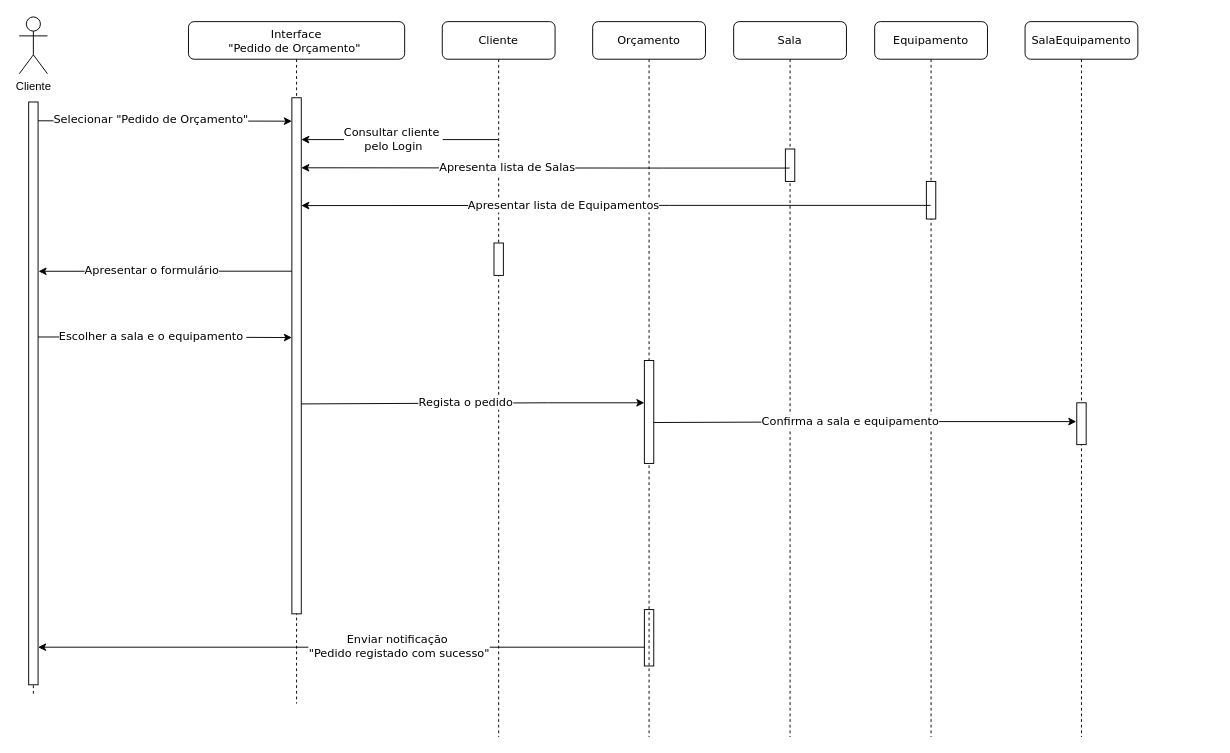
ic3K1ng/Rooms-Equipments keeps this draw.io diagram as page "Diagrama de Sequência 3" (3 of 3) of UMLDiagram.drawio. Above is the earlier version. Source tidied: cells renumbered, new cells numbered last; positions are measured from the earlier drawing's top-left corner, leaving out a move shared by most shapes. Both pictures are drawn from the tidied source at 94%, with x=0, y=0 at pixel (19, 17).
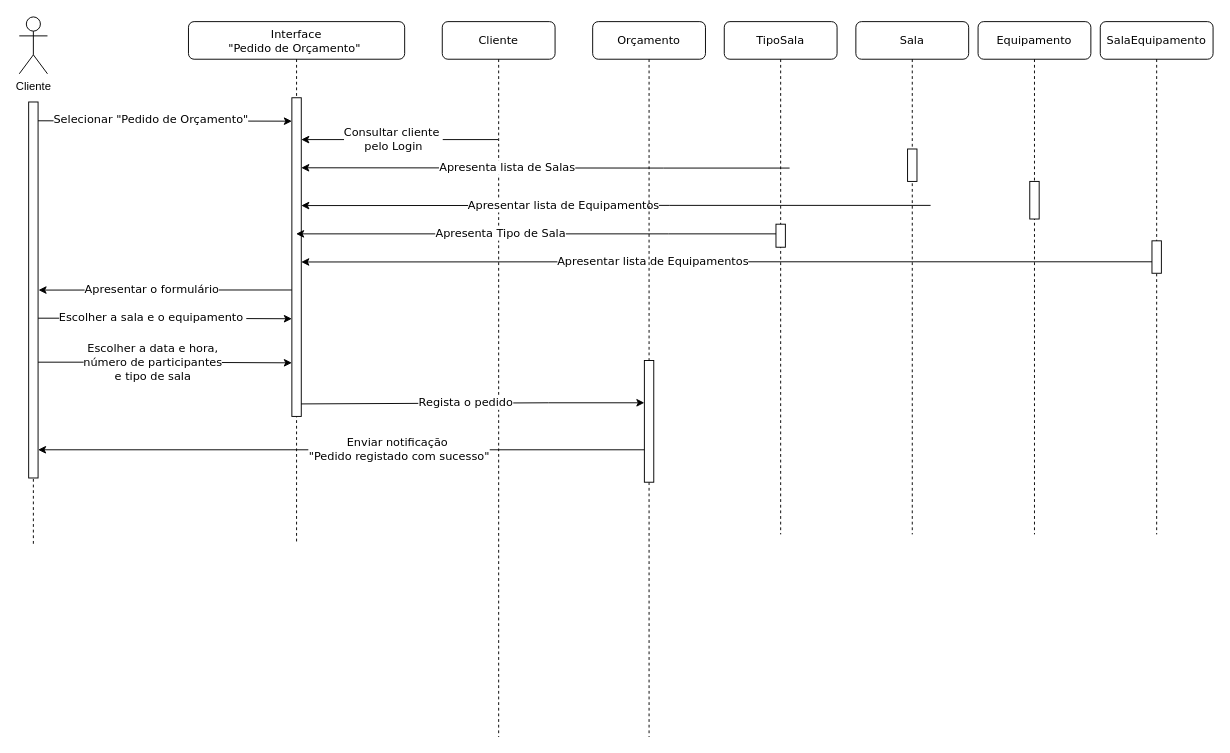
The same diagram, later.

The change refers to these unchanged cells:
```xml
<mxCell id="2" value="Cliente" style="shape=umlLifeline;perimeter=lifelinePerimeter;whiteSpace=wrap;html=1;outlineConnect=0;rounded=1;shadow=0;comic=0;labelBackgroundColor=none;strokeWidth=1;fontFamily=Verdana;fontSize=12;align=center;" parent="1" vertex="1">
  <mxGeometry x="450" y="4.5" width="120" height="761" as="geometry" />
</mxCell>
<mxCell id="27" value="Orçamento" style="shape=umlLifeline;perimeter=lifelinePerimeter;whiteSpace=wrap;html=1;rounded=1;shadow=0;comic=0;labelBackgroundColor=none;strokeWidth=1;fontFamily=Verdana;fontSize=12;align=center;" parent="1" vertex="1">
  <mxGeometry x="610" y="4.5" width="120" height="761" as="geometry" />
</mxCell>
```

What changed in the source:
```diff
@@
-    <mxCell id="3" style="html=1;perimeter=orthogonalPerimeter;rounded=0;shadow=0;comic=0;labelBackgroundColor=none;strokeWidth=1;fontFamily=Verdana;fontSize=12;align=center;" parent="2" vertex="1">
-      <mxGeometry x="55" y="235.5" width="10" height="34.5" as="geometry" />
-    </mxCell>
@@
+    <mxCell id="22" style="endArrow=classic;html=1;rounded=0;labelBackgroundColor=none;fontColor=default;entryX=1;entryY=0.919;entryDx=0;entryDy=0;entryPerimeter=0;" parent="2" edge="1">
+      <mxGeometry relative="1" as="geometry">
+        <mxPoint x="219.5" y="455.5" as="sourcePoint" />
+        <mxPoint x="-430" y="455.5" as="targetPoint" />
+      </mxGeometry>
+    </mxCell>
+    <mxCell id="23" value="Enviar notificação&amp;nbsp;&lt;div style=&quot;font-size: 12px;&quot;&gt;&quot;Pedido registado com sucesso&quot;&lt;/div&gt;" style="edgeLabel;html=1;align=center;verticalAlign=middle;fontFamily=Verdana;fontSize=12;" parent="22" vertex="1">
+      <mxGeometry x="-0.18" y="-2" relative="1" as="geometry" />
+    </mxCell>
+    <mxCell id="37" style="endArrow=none;html=1;rounded=0;labelBackgroundColor=none;fontColor=default;startArrow=classic;startFill=1;endFill=0;" parent="2" edge="1">
+      <mxGeometry relative="1" as="geometry">
+        <mxPoint x="-150" y="255.7" as="sourcePoint" />
+        <mxPoint x="759.5" y="255.5" as="targetPoint" />
+        <Array as="points">
+          <mxPoint x="241.5" y="255.5" />
+        </Array>
+      </mxGeometry>
+    </mxCell>
+    <mxCell id="38" value="Apresentar lista de Equipamentos" style="edgeLabel;html=1;align=center;verticalAlign=middle;labelBackgroundColor=default;fontColor=default;labelBorderColor=none;textShadow=0;fontFamily=Verdana;fontSize=12;" parent="37" vertex="1">
+      <mxGeometry x="-0.21" y="-1" relative="1" as="geometry">
+        <mxPoint x="14" y="-2" as="offset" />
+      </mxGeometry>
+    </mxCell>
     <mxCell id="6" value="Interface&lt;div style=&quot;font-size: 12px;&quot;&gt;&quot;Pedido de Orçamento&quot;&amp;nbsp;&lt;/div&gt;" style="shape=umlLifeline;perimeter=lifelinePerimeter;whiteSpace=wrap;html=1;outlineConnect=0;rounded=1;shadow=0;comic=0;labelBackgroundColor=none;strokeWidth=1;fontFamily=Verdana;fontSize=12;align=center;" parent="1" vertex="1">
-      <mxGeometry x="180" y="4.5" width="230" height="725.5" as="geometry" />
+      <mxGeometry x="180" y="4.5" width="230" height="555.5" as="geometry" />
     </mxCell>
     <mxCell id="7" style="html=1;perimeter=orthogonalPerimeter;rounded=0;shadow=0;comic=0;labelBackgroundColor=none;strokeWidth=1;fontFamily=Verdana;fontSize=12;align=center;" parent="6" vertex="1">
-      <mxGeometry x="110" y="81" width="10" height="549" as="geometry" />
+      <mxGeometry x="110" y="81" width="10" height="339" as="geometry" />
     </mxCell>
     <mxCell id="8" style="endArrow=none;html=1;rounded=0;entryX=0.006;entryY=0.424;entryDx=0;entryDy=0;entryPerimeter=0;exitX=1.026;exitY=0.388;exitDx=0;exitDy=0;exitPerimeter=0;labelBackgroundColor=none;fontColor=default;startArrow=classic;startFill=1;endFill=0;" parent="6" edge="1">
       <mxGeometry relative="1" as="geometry">
-        <mxPoint x="-159.5" y="265.6" as="sourcePoint" />
-        <mxPoint x="110" y="265.5" as="targetPoint" />
+        <mxPoint x="-159.5" y="285.6" as="sourcePoint" />
+        <mxPoint x="110" y="285.5" as="targetPoint" />
         <Array as="points">
-          <mxPoint x="-29.5" y="265.5" />
+          <mxPoint x="-29.5" y="285.5" />
         </Array>
       </mxGeometry>
     </mxCell>
@@
     <mxCell id="10" style="endArrow=classic;html=1;rounded=0;entryX=0.171;entryY=0.574;entryDx=0;entryDy=0;entryPerimeter=0;labelBackgroundColor=none;fontColor=default;startArrow=none;startFill=0;endFill=1;" parent="6" edge="1" source="18">
       <mxGeometry relative="1" as="geometry">
-        <mxPoint x="110" y="336.1" as="targetPoint" />
+        <mxPoint x="110" y="316.1" as="targetPoint" />
         <Array as="points">
-          <mxPoint x="-41.7" y="335.5" />
+          <mxPoint x="-41.7" y="315.5" />
         </Array>
       </mxGeometry>
     </mxCell>
@@
+    <mxCell id="39" style="endArrow=classic;html=1;rounded=0;entryX=0.171;entryY=0.574;entryDx=0;entryDy=0;entryPerimeter=0;labelBackgroundColor=none;fontColor=default;startArrow=none;startFill=0;endFill=1;" parent="6" edge="1">
+      <mxGeometry relative="1" as="geometry">
+        <mxPoint x="-160" y="362.3" as="sourcePoint" />
+        <mxPoint x="110" y="363" as="targetPoint" />
+        <Array as="points">
+          <mxPoint x="-41.7" y="362.3" />
+        </Array>
+      </mxGeometry>
+    </mxCell>
+    <mxCell id="40" value="&lt;div style=&quot;font-size: 12px;&quot;&gt;Escolher a data e hora,&lt;/div&gt;&lt;div style=&quot;font-size: 12px;&quot;&gt;número de participantes&lt;/div&gt;&lt;div style=&quot;font-size: 12px;&quot;&gt;e tipo de sala&lt;/div&gt;" style="edgeLabel;html=1;align=center;verticalAlign=middle;labelBackgroundColor=default;fontColor=default;labelBorderColor=none;textShadow=0;fontFamily=Verdana;fontSize=12;" parent="39" vertex="1">
+      <mxGeometry x="-0.21" y="-1" relative="1" as="geometry">
+        <mxPoint x="14" y="-1" as="offset" />
+      </mxGeometry>
+    </mxCell>
@@
-    <mxCell id="15" value="Equipamento" style="shape=umlLifeline;perimeter=lifelinePerimeter;whiteSpace=wrap;html=1;rounded=1;shadow=0;comic=0;labelBackgroundColor=none;strokeWidth=1;fontFamily=Verdana;fontSize=12;align=center;" parent="1" vertex="1">
-      <mxGeometry x="910" y="4.5" width="120" height="761" as="geometry" />
-    </mxCell>
-    <mxCell id="16" style="html=1;perimeter=orthogonalPerimeter;rounded=0;shadow=0;comic=0;labelBackgroundColor=none;strokeWidth=1;fontFamily=Verdana;fontSize=12;align=center;" parent="15" vertex="1">
-      <mxGeometry x="55" y="170" width="10" height="40" as="geometry" />
-    </mxCell>
+    <mxCell id="35" style="endArrow=none;html=1;rounded=0;labelBackgroundColor=none;fontColor=default;startArrow=classic;startFill=1;endFill=0;" parent="1" edge="1">
+      <mxGeometry relative="1" as="geometry">
+        <mxPoint x="300" y="200.2" as="sourcePoint" />
+        <mxPoint x="969.5" y="200" as="targetPoint" />
+        <Array as="points">
+          <mxPoint x="691.5" y="200" />
+        </Array>
+      </mxGeometry>
+    </mxCell>
+    <mxCell id="36" value="Apresentar lista de Equipamentos" style="edgeLabel;html=1;align=center;verticalAlign=middle;labelBackgroundColor=default;fontColor=default;labelBorderColor=none;textShadow=0;fontFamily=Verdana;fontSize=12;" parent="35" vertex="1">
+      <mxGeometry x="-0.21" y="-1" relative="1" as="geometry">
+        <mxPoint x="14" y="-2" as="offset" />
+      </mxGeometry>
+    </mxCell>
     <mxCell id="17" style="endArrow=none;dashed=1;html=1;rounded=0;" parent="1" edge="1" target="18">
       <mxGeometry relative="1" as="geometry">
-        <mxPoint x="15" y="719.5" as="sourcePoint" />
+        <mxPoint x="15" y="560" as="sourcePoint" />
       </mxGeometry>
     </mxCell>
     <mxCell id="18" style="html=1;points=[];perimeter=orthogonalPerimeter;rounded=0;shadow=0;comic=0;labelBackgroundColor=none;strokeWidth=1;fontFamily=Verdana;fontSize=12;align=center;" parent="1" vertex="1">
-      <mxGeometry x="10" y="90" width="10" height="620" as="geometry" />
+      <mxGeometry x="10" y="90" width="10" height="400" as="geometry" />
     </mxCell>
-    <mxCell id="19" value="Sala" style="shape=umlLifeline;perimeter=lifelinePerimeter;whiteSpace=wrap;html=1;rounded=1;shadow=0;comic=0;labelBackgroundColor=none;strokeWidth=1;fontFamily=Verdana;fontSize=12;align=center;" parent="1" vertex="1">
-      <mxGeometry x="760" y="4.5" width="120" height="761" as="geometry" />
-    </mxCell>
-    <mxCell id="20" style="html=1;perimeter=orthogonalPerimeter;rounded=0;shadow=0;comic=0;labelBackgroundColor=none;strokeWidth=1;fontFamily=Verdana;fontSize=12;align=center;" parent="19" vertex="1">
-      <mxGeometry x="55" y="135.5" width="10" height="34.5" as="geometry" />
-    </mxCell>
-    <mxCell id="21" style="edgeStyle=orthogonalEdgeStyle;rounded=0;orthogonalLoop=1;jettySize=auto;html=1;exitX=0.5;exitY=1;exitDx=0;exitDy=0;" parent="1" edge="1">
-      <mxGeometry relative="1" as="geometry">
-        <mxPoint x="145" y="690" as="sourcePoint" />
-        <mxPoint x="145" y="690" as="targetPoint" />
-      </mxGeometry>
-    </mxCell>
-    <mxCell id="22" style="endArrow=classic;html=1;rounded=0;labelBackgroundColor=none;fontColor=default;entryX=1;entryY=0.919;entryDx=0;entryDy=0;entryPerimeter=0;" parent="1" edge="1">
-      <mxGeometry relative="1" as="geometry">
-        <mxPoint x="669.5" y="670" as="sourcePoint" />
-        <mxPoint x="20" y="670" as="targetPoint" />
-      </mxGeometry>
-    </mxCell>
-    <mxCell id="23" value="Enviar notificação&amp;nbsp;&lt;div style=&quot;font-size: 12px;&quot;&gt;&quot;Pedido registado com sucesso&quot;&lt;/div&gt;" style="edgeLabel;html=1;align=center;verticalAlign=middle;fontFamily=Verdana;fontSize=12;" parent="22" vertex="1">
-      <mxGeometry x="-0.18" y="-2" relative="1" as="geometry" />
-    </mxCell>
-    <mxCell id="24" style="html=1;perimeter=orthogonalPerimeter;rounded=0;shadow=0;comic=0;labelBackgroundColor=none;strokeWidth=1;fontFamily=Verdana;fontSize=12;align=center;" parent="1" vertex="1">
-      <mxGeometry x="665" y="630" width="10" height="60" as="geometry" />
-    </mxCell>
-    <mxCell id="25" value="SalaEquipamento" style="shape=umlLifeline;perimeter=lifelinePerimeter;whiteSpace=wrap;html=1;rounded=1;shadow=0;comic=0;labelBackgroundColor=none;strokeWidth=1;fontFamily=Verdana;fontSize=12;align=center;" parent="1" vertex="1">
-      <mxGeometry x="1070" y="4.5" width="120" height="761" as="geometry" />
-    </mxCell>
-    <mxCell id="26" style="html=1;perimeter=orthogonalPerimeter;rounded=0;shadow=0;comic=0;labelBackgroundColor=none;strokeWidth=1;fontFamily=Verdana;fontSize=12;align=center;" parent="25" vertex="1">
-      <mxGeometry x="55" y="405.5" width="10" height="44.5" as="geometry" />
-    </mxCell>
@@
     <mxCell id="28" style="html=1;perimeter=orthogonalPerimeter;rounded=0;shadow=0;comic=0;labelBackgroundColor=none;strokeWidth=1;fontFamily=Verdana;fontSize=12;align=center;" parent="27" vertex="1">
-      <mxGeometry x="55" y="360.5" width="10" height="109.5" as="geometry" />
+      <mxGeometry x="55" y="360.5" width="10" height="129.5" as="geometry" />
     </mxCell>
@@
+    <mxCell id="15" value="Equipamento" style="shape=umlLifeline;perimeter=lifelinePerimeter;whiteSpace=wrap;html=1;rounded=1;shadow=0;comic=0;labelBackgroundColor=none;strokeWidth=1;fontFamily=Verdana;fontSize=12;align=center;" parent="1" vertex="1">
+      <mxGeometry x="1020" y="4.5" width="120" height="545.5" as="geometry" />
+    </mxCell>
+    <mxCell id="16" style="html=1;perimeter=orthogonalPerimeter;rounded=0;shadow=0;comic=0;labelBackgroundColor=none;strokeWidth=1;fontFamily=Verdana;fontSize=12;align=center;" parent="15" vertex="1">
+      <mxGeometry x="55" y="170" width="10" height="40" as="geometry" />
+    </mxCell>
+    <mxCell id="19" value="Sala" style="shape=umlLifeline;perimeter=lifelinePerimeter;whiteSpace=wrap;html=1;rounded=1;shadow=0;comic=0;labelBackgroundColor=none;strokeWidth=1;fontFamily=Verdana;fontSize=12;align=center;" parent="1" vertex="1">
+      <mxGeometry x="890" y="4.5" width="120" height="545.5" as="geometry" />
+    </mxCell>
+    <mxCell id="20" style="html=1;perimeter=orthogonalPerimeter;rounded=0;shadow=0;comic=0;labelBackgroundColor=none;strokeWidth=1;fontFamily=Verdana;fontSize=12;align=center;" parent="19" vertex="1">
+      <mxGeometry x="55" y="135.5" width="10" height="34.5" as="geometry" />
+    </mxCell>
+    <mxCell id="21" style="edgeStyle=orthogonalEdgeStyle;rounded=0;orthogonalLoop=1;jettySize=auto;html=1;exitX=0.5;exitY=1;exitDx=0;exitDy=0;" parent="1" edge="1">
+      <mxGeometry relative="1" as="geometry">
+        <mxPoint x="145" y="690" as="sourcePoint" />
+        <mxPoint x="145" y="690" as="targetPoint" />
+      </mxGeometry>
+    </mxCell>
+    <mxCell id="25" value="SalaEquipamento" style="shape=umlLifeline;perimeter=lifelinePerimeter;whiteSpace=wrap;html=1;rounded=1;shadow=0;comic=0;labelBackgroundColor=none;strokeWidth=1;fontFamily=Verdana;fontSize=12;align=center;" parent="1" vertex="1">
+      <mxGeometry x="1150" y="4.5" width="120" height="545.5" as="geometry" />
+    </mxCell>
+    <mxCell id="41" style="html=1;perimeter=orthogonalPerimeter;rounded=0;shadow=0;comic=0;labelBackgroundColor=none;strokeWidth=1;fontFamily=Verdana;fontSize=12;align=center;" parent="25" vertex="1">
+      <mxGeometry x="55" y="233.2" width="10" height="34.5" as="geometry" />
+    </mxCell>
@@
-    <mxCell id="33" style="endArrow=none;html=1;rounded=0;endFill=0;startArrow=classic;startFill=1;entryX=0.971;entryY=0.739;entryDx=0;entryDy=0;entryPerimeter=0;" parent="1" edge="1">
-      <mxGeometry relative="1" as="geometry">
-        <mxPoint x="1124.5" y="430" as="sourcePoint" />
-        <mxPoint x="675" y="431" as="targetPoint" />
-        <Array as="points">
-          <mxPoint x="937.8" y="430" />
-        </Array>
-      </mxGeometry>
-    </mxCell>
-    <mxCell id="34" value="Confirma a sala e equipamento" style="edgeLabel;html=1;align=center;verticalAlign=middle;fontFamily=Verdana;fontSize=12;" parent="33" vertex="1">
-      <mxGeometry x="0.23" y="-2" relative="1" as="geometry">
-        <mxPoint x="35" y="1" as="offset" />
-      </mxGeometry>
-    </mxCell>
-    <mxCell id="35" style="endArrow=none;html=1;rounded=0;labelBackgroundColor=none;fontColor=default;startArrow=classic;startFill=1;endFill=0;" parent="1" edge="1">
-      <mxGeometry relative="1" as="geometry">
-        <mxPoint x="300" y="200.2" as="sourcePoint" />
-        <mxPoint x="969.5" y="200" as="targetPoint" />
-        <Array as="points">
-          <mxPoint x="691.5" y="200" />
-        </Array>
-      </mxGeometry>
-    </mxCell>
-    <mxCell id="36" value="Apresentar lista de Equipamentos" style="edgeLabel;html=1;align=center;verticalAlign=middle;labelBackgroundColor=default;fontColor=default;labelBorderColor=none;textShadow=0;fontFamily=Verdana;fontSize=12;" parent="35" vertex="1">
-      <mxGeometry x="-0.21" y="-1" relative="1" as="geometry">
-        <mxPoint x="14" y="-2" as="offset" />
-      </mxGeometry>
-    </mxCell>
+    <mxCell id="42" style="endArrow=none;html=1;rounded=0;labelBackgroundColor=none;fontColor=default;startArrow=classic;startFill=1;endFill=0;" parent="1" edge="1" source="6" target="44">
+      <mxGeometry relative="1" as="geometry">
+        <Array as="points">
+          <mxPoint x="690.5" y="230.3" />
+        </Array>
+      </mxGeometry>
+    </mxCell>
+    <mxCell id="43" value="Apresenta Tipo de Sala" style="edgeLabel;html=1;align=center;verticalAlign=middle;labelBackgroundColor=default;fontColor=default;labelBorderColor=none;textShadow=0;fontFamily=Verdana;fontSize=12;" parent="42" vertex="1">
+      <mxGeometry x="-0.21" y="-1" relative="1" as="geometry">
+        <mxPoint x="14" y="-2" as="offset" />
+      </mxGeometry>
+    </mxCell>
+    <mxCell id="44" value="TipoSala" style="shape=umlLifeline;perimeter=lifelinePerimeter;whiteSpace=wrap;html=1;outlineConnect=0;rounded=1;shadow=0;comic=0;labelBackgroundColor=none;strokeWidth=1;fontFamily=Verdana;fontSize=12;align=center;" parent="1" vertex="1">
+      <mxGeometry x="750" y="4.5" width="120" height="545.5" as="geometry" />
+    </mxCell>
+    <mxCell id="45" style="html=1;perimeter=orthogonalPerimeter;rounded=0;shadow=0;comic=0;labelBackgroundColor=none;strokeWidth=1;fontFamily=Verdana;fontSize=12;align=center;" parent="44" vertex="1">
+      <mxGeometry x="55" y="215.5" width="10" height="24.5" as="geometry" />
+    </mxCell>
```
